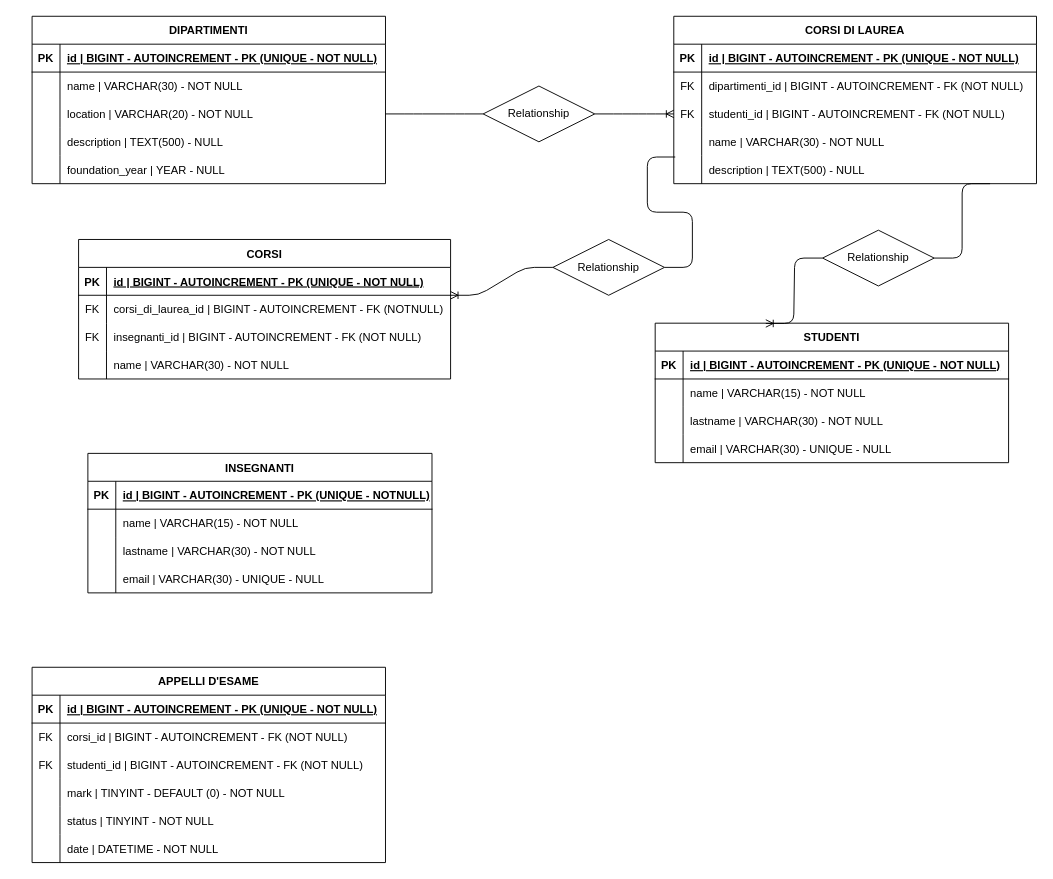
JacopoTrincanato/db-university keeps this draw.io diagram as schema.drawio. Above is the earlier version. Source tidied: cells renumbered, new cells numbered last; positions are measured from the earlier drawing's top-left corner, leaving out a move shared by most shapes. Both pictures are drawn from the tidied source at 93%, with x=0, y=0 at pixel (32, 16).
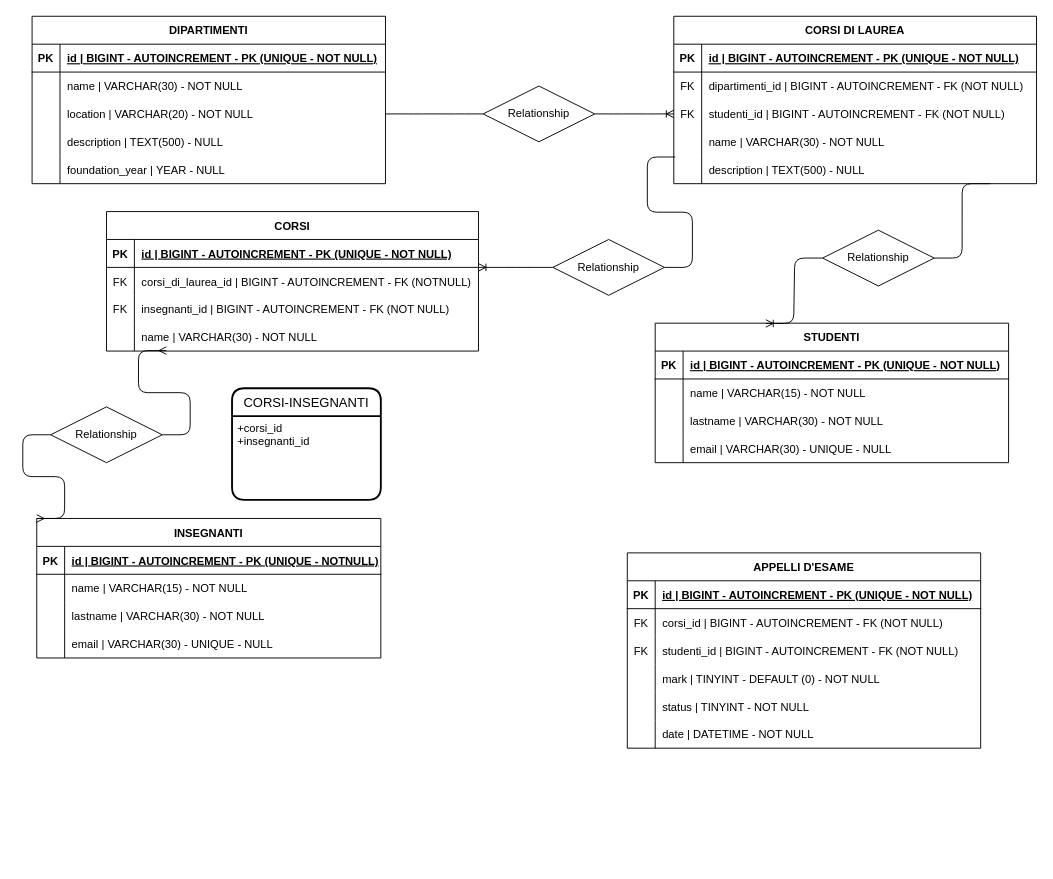
The same page after the edit.

Commit message:
add relationship between corsi and insegnanti

The change refers to these unchanged cells:
```xml
<mxCell id="44" style="shape=tableRow;horizontal=0;startSize=0;swimlaneHead=0;swimlaneBody=0;fillColor=none;points=[[0,0.5],[1,0.5]];portConstraint=eastwest;top=0;left=0;right=0;bottom=0;" parent="34" vertex="1">
  <mxGeometry y="120" width="400" height="30" as="geometry" />
</mxCell>
```

Change to the diagram source:
```diff
@@
     <mxCell id="34" value="CORSI" style="shape=table;startSize=30;childLayout=tableLayout;rowLines=0;fontStyle=1;align=center;" parent="1" vertex="1">
-      <mxGeometry x="50" y="240" width="400" height="150" as="geometry" />
+      <mxGeometry x="80" y="210" width="400" height="150" as="geometry" />
     </mxCell>
@@
     <mxCell id="47" value="INSEGNANTI" style="shape=table;startSize=30;childLayout=tableLayout;rowLines=0;fontStyle=1;align=center;" parent="1" vertex="1">
-      <mxGeometry x="60" y="470" width="370" height="150" as="geometry" />
+      <mxGeometry x="5" y="540" width="370" height="150" as="geometry" />
     </mxCell>
@@
     <mxCell id="60" value="APPELLI D'ESAME" style="shape=table;startSize=30;childLayout=tableLayout;rowLines=0;fontStyle=1;align=center;" parent="1" vertex="1">
-      <mxGeometry y="700" width="380" height="210" as="geometry" />
+      <mxGeometry x="640" y="577" width="380" height="210" as="geometry" />
     </mxCell>
@@
+    <mxCell id="101" style="edgeStyle=entityRelationEdgeStyle;fontSize=12;html=1;endArrow=ERmany;startArrow=none;entryX=0.161;entryY=0.982;entryDx=0;entryDy=0;exitX=1;exitY=0.5;exitDx=0;exitDy=0;entryPerimeter=0;" parent="1" edge="1" source="103" target="44">
+      <mxGeometry relative="1" as="geometry" />
+    </mxCell>
+    <mxCell id="102" style="edgeStyle=entityRelationEdgeStyle;fontSize=12;html=1;endArrow=none;startArrow=ERmany;exitX=0;exitY=0;exitDx=0;exitDy=0;" parent="1" edge="1" source="47">
+      <mxGeometry relative="1" as="geometry">
+        <mxPoint x="20" y="450" as="targetPoint" />
+      </mxGeometry>
+    </mxCell>
+    <mxCell id="103" value="Relationship" style="shape=rhombus;perimeter=rhombusPerimeter;whiteSpace=wrap;html=1;align=center;" parent="1" vertex="1">
+      <mxGeometry x="20" y="420" width="120" height="60" as="geometry" />
+    </mxCell>
+    <mxCell id="104" value="CORSI-INSEGNANTI" style="swimlane;horizontal=1;startSize=30;rounded=1;fontSize=14;fontStyle=0;strokeWidth=2;shadow=0;dashed=0;align=center;" parent="1" vertex="1">
+      <mxGeometry x="215" y="400" width="160" height="120" as="geometry" />
+    </mxCell>
+    <mxCell id="105" value="+corsi_id&#10;+insegnanti_id" style="align=left;strokeColor=none;fillColor=none;spacingLeft=4;fontSize=12;verticalAlign=top;" parent="104" vertex="1">
+      <mxGeometry y="30" width="160" height="90" as="geometry" />
+    </mxCell>
```
